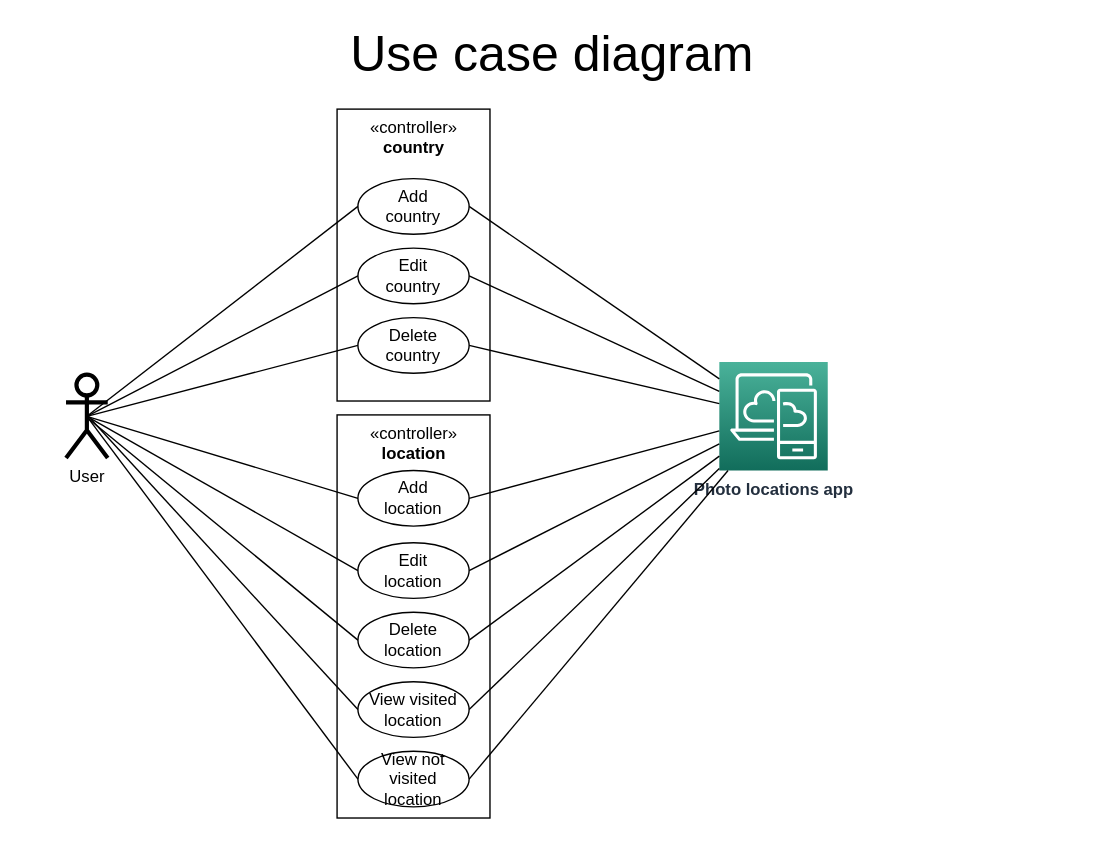
This is page "Use Case" (4 of 7) of Design/Design.drawio from Michalju/PhotoApp, a draw.io file, before an edit. Source tidied: cells renumbered, new cells numbered last; positions are measured from the earlier drawing's top-left corner, leaving out a move shared by most shapes. Both pictures are drawn from the tidied source at 139%, with x=0, y=0 at pixel (24, 25).
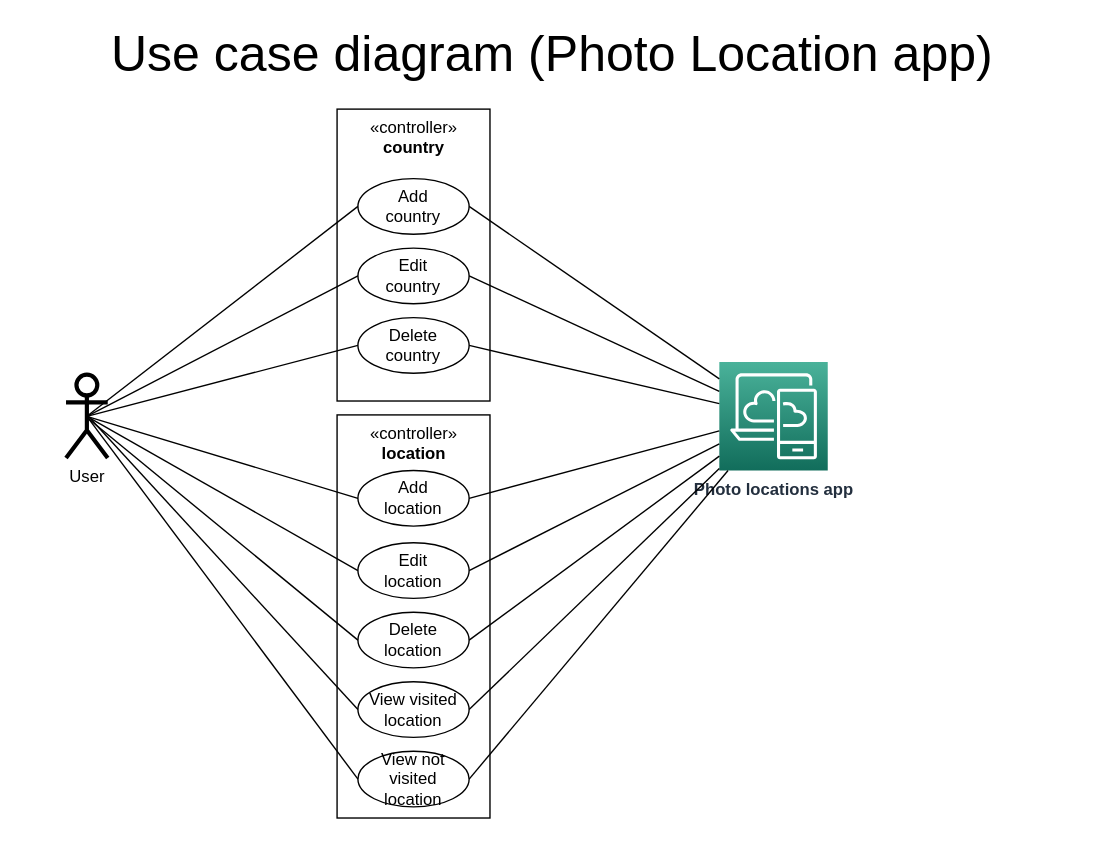
The same page after the edit.

Change to the diagram source:
```diff
@@
-    <mxCell id="30" value="&lt;font style=&quot;font-size: 36px&quot;&gt;Use case diagram&lt;/font&gt;" style="text;html=1;strokeColor=none;fillColor=none;align=center;verticalAlign=middle;whiteSpace=wrap;rounded=0;" parent="1" vertex="1">
+    <mxCell id="30" value="&lt;font style=&quot;font-size: 36px&quot;&gt;Use case diagram (Photo Location app)&lt;/font&gt;" style="text;html=1;strokeColor=none;fillColor=none;align=center;verticalAlign=middle;whiteSpace=wrap;rounded=0;" parent="1" vertex="1">
       <mxGeometry width="760" height="40" as="geometry" />
     </mxCell>
```
